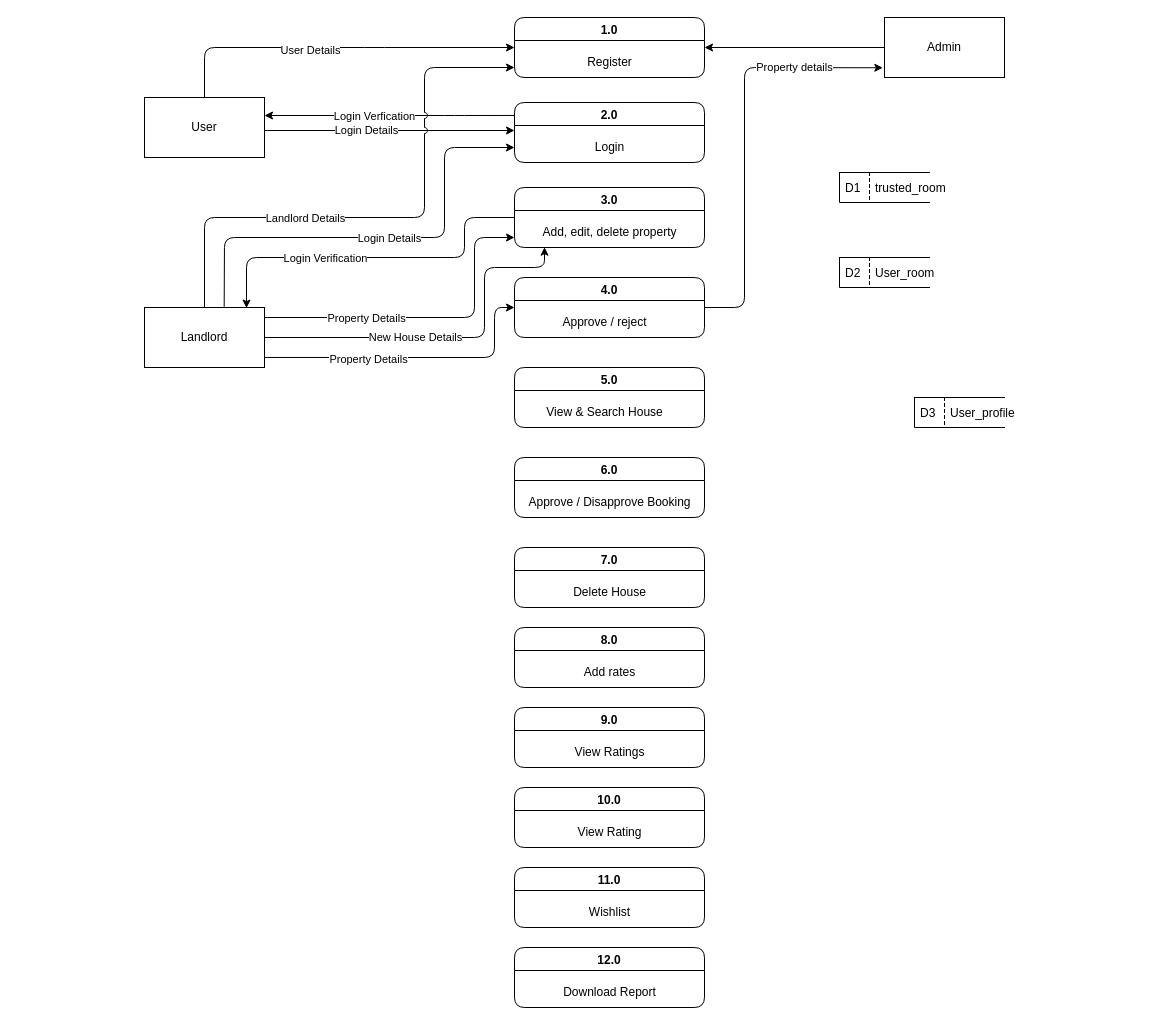
Earlier version of the draw.io diagram DFD FYP/DFD FYP.drawio (SNOW15782/Fyp). Source tidied: cells renumbered, new cells numbered last; positions are measured from the earlier drawing's top-left corner, leaving out a move shared by most shapes. Both pictures are drawn from the tidied source at 100%, with x=0, y=0 at pixel (144, 17).
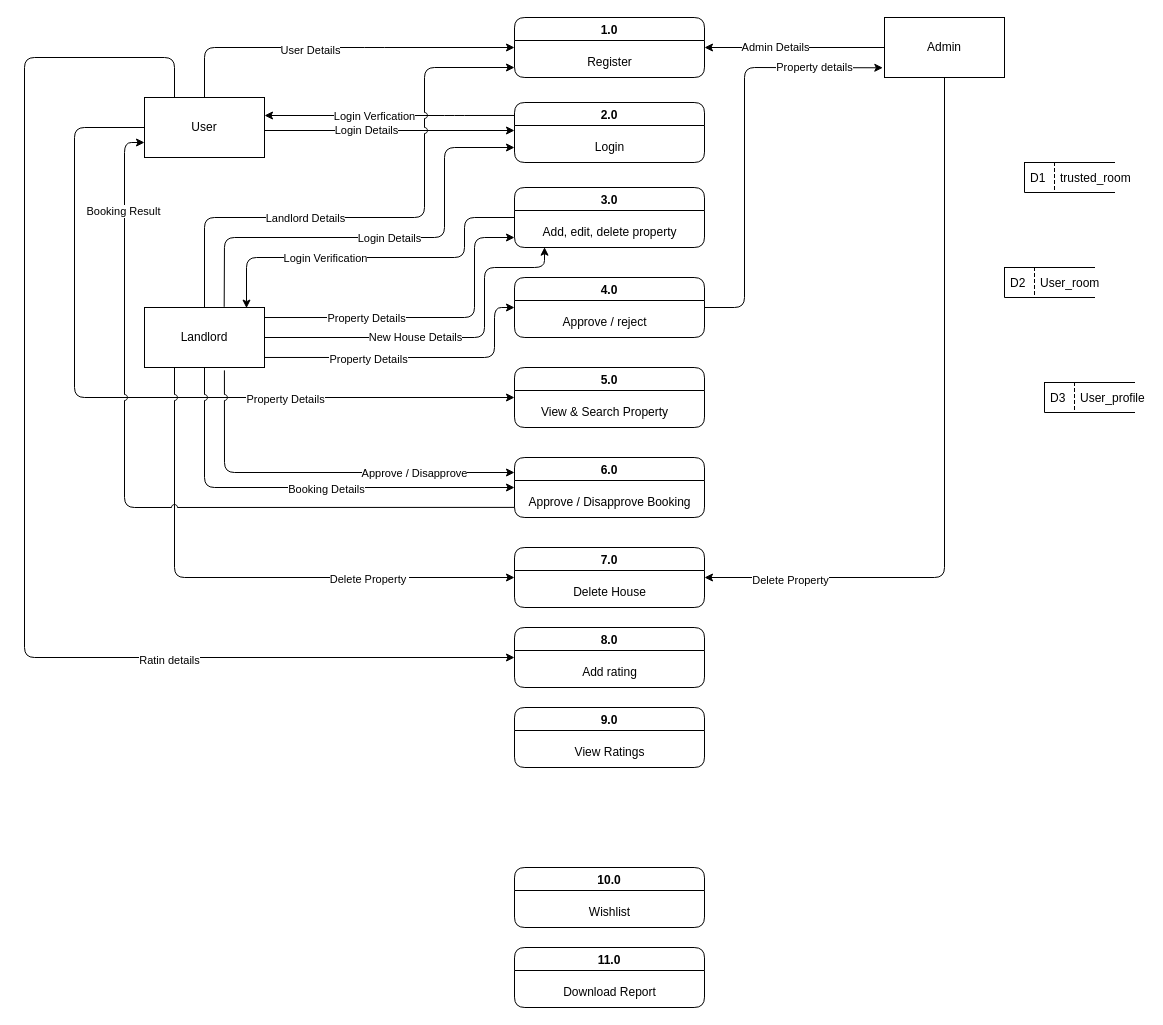
After the change.

Unchanged cells that the change refers to:
```xml
<mxCell id="2" style="edgeStyle=none;html=1;entryX=1;entryY=0.5;entryDx=0;entryDy=0;" parent="1" edge="1" source="3" target="4">
  <mxGeometry relative="1" as="geometry" />
</mxCell>
<mxCell id="3" value="Admin" style="rounded=0;whiteSpace=wrap;html=1;" parent="1" vertex="1">
  <mxGeometry x="740" width="120" height="60" as="geometry" />
</mxCell>
<mxCell id="14" value="User" style="rounded=0;whiteSpace=wrap;html=1;" parent="1" vertex="1">
  <mxGeometry y="80" width="120" height="60" as="geometry" />
</mxCell>
<mxCell id="25" style="edgeStyle=none;jumpStyle=arc;html=1;entryX=-0.014;entryY=0.838;entryDx=0;entryDy=0;entryPerimeter=0;" parent="1" edge="1" source="27" target="3">
  <mxGeometry relative="1" as="geometry">
    <Array as="points">
      <mxPoint x="600" y="290" />
      <mxPoint x="600" y="50" />
    </Array>
  </mxGeometry>
</mxCell>
<mxCell id="29" value="5.0" style="swimlane;startSize=23;rounded=1;" parent="1" vertex="1">
  <mxGeometry x="370" y="350" width="190" height="60" as="geometry" />
</mxCell>
<mxCell id="31" value="6.0" style="swimlane;startSize=23;rounded=1;" parent="1" vertex="1">
  <mxGeometry x="370" y="440" width="190" height="60" as="geometry" />
</mxCell>
<mxCell id="32" value="Approve / Disapprove Booking" style="text;html=1;align=center;verticalAlign=middle;points=[];strokeColor=none;fillColor=none;rotation=0;" parent="31" vertex="1">
  <mxGeometry y="30" width="190" height="30" as="geometry" />
</mxCell>
<mxCell id="33" value="7.0" style="swimlane;startSize=23;rounded=1;" parent="1" vertex="1">
  <mxGeometry x="370" y="530" width="190" height="60" as="geometry" />
</mxCell>
<mxCell id="35" value="8.0" style="swimlane;startSize=23;rounded=1;" parent="1" vertex="1">
  <mxGeometry x="370" y="610" width="190" height="60" as="geometry" />
</mxCell>
<mxCell id="55" value="Landlord" style="rounded=0;whiteSpace=wrap;html=1;" parent="1" vertex="1">
  <mxGeometry y="290" width="120" height="60" as="geometry" />
</mxCell>
```

The edit, as a diff of the source:
```diff
@@
+    <mxCell id="56" value="Admin Details" style="edgeLabel;html=1;align=center;verticalAlign=middle;" parent="2" vertex="1">
+      <mxGeometry x="0.22" y="-1" relative="1" as="geometry" />
+    </mxCell>
+    <mxCell id="57" style="edgeStyle=none;jumpStyle=arc;html=1;entryX=1;entryY=0.5;entryDx=0;entryDy=0;" parent="1" edge="1" source="3" target="33">
+      <mxGeometry relative="1" as="geometry">
+        <Array as="points">
+          <mxPoint x="800" y="560" />
+        </Array>
+      </mxGeometry>
+    </mxCell>
+    <mxCell id="58" value="Delete Property" style="edgeLabel;html=1;align=center;verticalAlign=middle;" parent="57" vertex="1">
+      <mxGeometry x="0.77" y="2" relative="1" as="geometry" />
+    </mxCell>
@@
     <mxCell id="6" value="trusted_room" style="shape=partialRectangle;fillColor=none;align=left;verticalAlign=middle;strokeColor=default;spacingLeft=34;strokeWidth=1;perimeterSpacing=1;right=0;" parent="1" vertex="1">
-      <mxGeometry x="695" y="155" width="90" height="30" as="geometry" />
+      <mxGeometry x="880" y="145" width="90" height="30" as="geometry" />
     </mxCell>
@@
     <mxCell id="8" value="User_room" style="shape=partialRectangle;fillColor=none;align=left;verticalAlign=middle;strokeColor=default;spacingLeft=34;strokeWidth=1;perimeterSpacing=1;right=0;" parent="1" vertex="1">
-      <mxGeometry x="695" y="240" width="90" height="30" as="geometry" />
+      <mxGeometry x="860" y="250" width="90" height="30" as="geometry" />
     </mxCell>
@@
+    <mxCell id="59" style="edgeStyle=none;html=1;entryX=0;entryY=0.5;entryDx=0;entryDy=0;exitX=0;exitY=0.5;exitDx=0;exitDy=0;jumpStyle=arc;" parent="1" edge="1" source="14" target="29">
+      <mxGeometry relative="1" as="geometry">
+        <Array as="points">
+          <mxPoint x="-70" y="110" />
+          <mxPoint x="-70" y="380" />
+          <mxPoint x="30" y="380" />
+          <mxPoint x="200" y="380" />
+        </Array>
+      </mxGeometry>
+    </mxCell>
+    <mxCell id="60" value="Property Details" style="edgeLabel;html=1;align=center;verticalAlign=middle;" parent="59" vertex="1">
+      <mxGeometry x="0.41" y="-1" relative="1" as="geometry" />
+    </mxCell>
+    <mxCell id="61" style="edgeStyle=none;jumpStyle=arc;html=1;entryX=0;entryY=0.5;entryDx=0;entryDy=0;exitX=0.25;exitY=0;exitDx=0;exitDy=0;" parent="1" edge="1" source="14" target="35">
+      <mxGeometry relative="1" as="geometry">
+        <Array as="points">
+          <mxPoint x="30" y="40" />
+          <mxPoint x="-120" y="40" />
+          <mxPoint x="-120" y="640" />
+        </Array>
+      </mxGeometry>
+    </mxCell>
+    <mxCell id="62" value="Ratin details" style="edgeLabel;html=1;align=center;verticalAlign=middle;" parent="61" vertex="1">
+      <mxGeometry x="0.46" y="-2" relative="1" as="geometry" />
+    </mxCell>
@@
     <mxCell id="15" value="User_profile" style="shape=partialRectangle;fillColor=none;align=left;verticalAlign=middle;strokeColor=default;spacingLeft=34;strokeWidth=1;perimeterSpacing=1;right=0;" parent="1" vertex="1">
-      <mxGeometry x="770" y="380" width="90" height="30" as="geometry" />
+      <mxGeometry x="900" y="365" width="90" height="30" as="geometry" />
     </mxCell>
@@
     <mxCell id="26" value="Property details" style="edgeLabel;html=1;align=center;verticalAlign=middle;" parent="25" vertex="1">
       <mxGeometry x="0.47" y="1" relative="1" as="geometry">
-        <mxPoint x="22" as="offset" />
+        <mxPoint x="42" as="offset" />
       </mxGeometry>
     </mxCell>
@@
-    <mxCell id="30" value="View &amp;amp; Search House" style="text;html=1;align=center;verticalAlign=middle;strokeColor=none;fillColor=none;rotation=0;" parent="29" vertex="1">
-      <mxGeometry x="20" y="30" width="140" height="30" as="geometry" />
+    <mxCell id="30" value="View &amp;amp; Search Property" style="text;html=1;align=center;verticalAlign=middle;strokeColor=none;fillColor=none;rotation=0;" parent="29" vertex="1">
+      <mxGeometry x="15" y="30" width="150" height="30" as="geometry" />
     </mxCell>
@@
-    <mxCell id="36" value="Add rates" style="text;html=1;align=center;verticalAlign=middle;strokeColor=none;fillColor=none;rotation=0;" parent="35" vertex="1">
-      <mxGeometry x="60" y="30" width="70" height="30" as="geometry" />
+    <mxCell id="36" value="Add rating" style="text;html=1;align=center;verticalAlign=middle;strokeColor=none;fillColor=none;rotation=0;" parent="35" vertex="1">
+      <mxGeometry x="55" y="30" width="80" height="30" as="geometry" />
     </mxCell>
@@
-    <mxCell id="39" value="10.0" style="swimlane;startSize=23;rounded=1;" parent="1" vertex="1">
-      <mxGeometry x="370" y="770" width="190" height="60" as="geometry" />
-    </mxCell>
-    <mxCell id="40" value="View Rating" style="text;html=1;align=center;verticalAlign=middle;strokeColor=none;fillColor=none;rotation=0;" parent="39" vertex="1">
-      <mxGeometry x="50" y="30" width="90" height="30" as="geometry" />
-    </mxCell>
-    <mxCell id="41" value="11.0" style="swimlane;startSize=23;rounded=1;" parent="1" vertex="1">
+    <mxCell id="41" value="10.0" style="swimlane;startSize=23;rounded=1;" parent="1" vertex="1">
       <mxGeometry x="370" y="850" width="190" height="60" as="geometry" />
     </mxCell>
@@
-    <mxCell id="43" value="12.0" style="swimlane;startSize=23;rounded=1;" parent="1" vertex="1">
+    <mxCell id="43" value="11.0" style="swimlane;startSize=23;rounded=1;" parent="1" vertex="1">
       <mxGeometry x="370" y="930" width="190" height="60" as="geometry" />
     </mxCell>
@@
+    <mxCell id="63" style="edgeStyle=none;html=1;entryX=0;entryY=0.5;entryDx=0;entryDy=0;jumpStyle=arc;" parent="1" edge="1" source="55" target="31">
+      <mxGeometry relative="1" as="geometry">
+        <Array as="points">
+          <mxPoint x="60" y="470" />
+        </Array>
+      </mxGeometry>
+    </mxCell>
+    <mxCell id="64" value="Booking Details" style="edgeLabel;html=1;align=center;verticalAlign=middle;" parent="63" vertex="1">
+      <mxGeometry x="0.12" y="-1" relative="1" as="geometry" />
+    </mxCell>
+    <mxCell id="65" style="edgeStyle=none;jumpStyle=arc;html=1;entryX=0;entryY=0.25;entryDx=0;entryDy=0;exitX=0.666;exitY=1.048;exitDx=0;exitDy=0;exitPerimeter=0;" parent="1" edge="1" source="55" target="31">
+      <mxGeometry relative="1" as="geometry">
+        <Array as="points">
+          <mxPoint x="80" y="455" />
+        </Array>
+      </mxGeometry>
+    </mxCell>
+    <mxCell id="66" value="Approve / Disapprove" style="edgeLabel;html=1;align=center;verticalAlign=middle;" parent="65" vertex="1">
+      <mxGeometry x="0.23" relative="1" as="geometry">
+        <mxPoint x="51" as="offset" />
+      </mxGeometry>
+    </mxCell>
+    <mxCell id="67" style="edgeStyle=none;jumpStyle=arc;html=1;entryX=0;entryY=0.5;entryDx=0;entryDy=0;exitX=0.25;exitY=1;exitDx=0;exitDy=0;" parent="1" edge="1" source="55" target="33">
+      <mxGeometry relative="1" as="geometry">
+        <Array as="points">
+          <mxPoint x="30" y="560" />
+        </Array>
+      </mxGeometry>
+    </mxCell>
+    <mxCell id="68" value="Delete Property&amp;nbsp;" style="edgeLabel;html=1;align=center;verticalAlign=middle;" parent="67" vertex="1">
+      <mxGeometry x="0.47" y="-1" relative="1" as="geometry" />
+    </mxCell>
@@
+    <mxCell id="69" style="edgeStyle=none;jumpStyle=arc;html=1;entryX=0;entryY=0.75;entryDx=0;entryDy=0;exitX=-0.001;exitY=0.663;exitDx=0;exitDy=0;exitPerimeter=0;" parent="1" edge="1" source="32" target="14">
+      <mxGeometry relative="1" as="geometry">
+        <Array as="points">
+          <mxPoint x="-20" y="490" />
+          <mxPoint x="-20" y="310" />
+          <mxPoint x="-20" y="180" />
+          <mxPoint x="-20" y="125" />
+        </Array>
+      </mxGeometry>
+    </mxCell>
+    <mxCell id="70" value="Booking Result" style="edgeLabel;html=1;align=center;verticalAlign=middle;" parent="69" vertex="1">
+      <mxGeometry x="0.77" y="2" relative="1" as="geometry" />
+    </mxCell>
```
